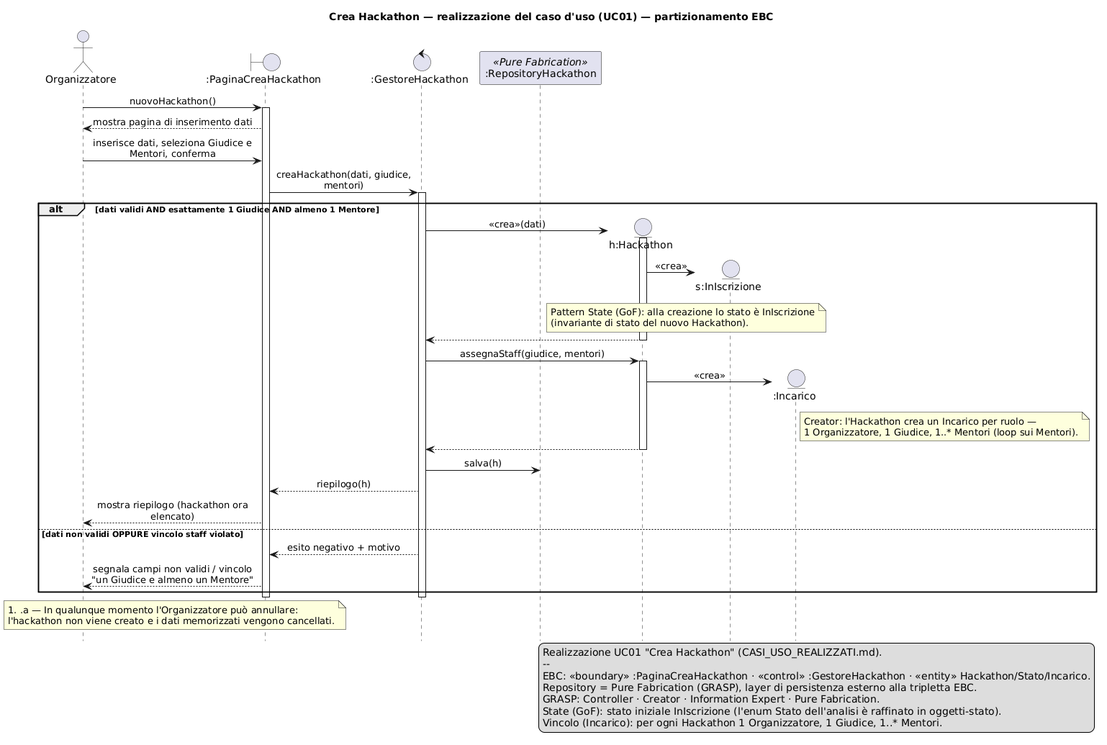
Earlier version of the PlantUML export iterazione1/diagrammiSequenza/creaHackathon/SEQ_CreaHackathon.png (rizzutomatteo/HackHub-Appoggio). Its diagram source:
```plantuml
@startuml SEQ_CreaHackathon
hide footbox
skinparam shadowing false
skinparam sequenceMessageAlign center
skinparam maxMessageSize 240

title Crea Hackathon — realizzazione del caso d'uso (UC01) — partizionamento EBC

actor "Organizzatore" as Org
boundary ":PaginaCreaHackathon" as B
control ":GestoreHackathon" as GH
participant ":RepositoryHackathon" as Repo <<Pure Fabrication>>

Org -> B : nuovoHackathon()
activate B
B --> Org : mostra pagina di inserimento dati
Org -> B : inserisce dati, seleziona Giudice e Mentori, conferma
B -> GH : creaHackathon(dati, giudice, mentori)
activate GH

alt dati validi AND esattamente 1 Giudice AND almeno 1 Mentore
    create entity "h:Hackathon" as H
    GH -> H : «crea»(dati)
    activate H
    create entity "s:InIscrizione" as S
    H -> S : «crea»
    note over H, S
      Pattern State (GoF): alla creazione lo stato è InIscrizione
      (invariante di stato del nuovo Hackathon).
    end note
    H --> GH
    deactivate H

    GH -> H : assegnaStaff(giudice, mentori)
    activate H
    create entity ":Incarico" as Inc
    H -> Inc : «crea»
    note right of Inc
      Creator: l'Hackathon crea un Incarico per ruolo —
      1 Organizzatore, 1 Giudice, 1..* Mentori (loop sui Mentori).
    end note
    H --> GH
    deactivate H

    GH -> Repo : salva(h)
    GH --> B : riepilogo(h)
    B --> Org : mostra riepilogo (hackathon ora elencato)
else dati non validi OPPURE vincolo staff violato
    GH --> B : esito negativo + motivo
    B --> Org : segnala campi non validi / vincolo "un Giudice e almeno un Mentore"
end
deactivate GH
deactivate B

note over Org, B
  #.a — In qualunque momento l'Organizzatore può annullare:
  l'hackathon non viene creato e i dati memorizzati vengono cancellati.
end note

legend right
  Realizzazione UC01 "Crea Hackathon" (CASI_USO_REALIZZATI.md).
  --
  EBC: «boundary» :PaginaCreaHackathon · «control» :GestoreHackathon · «entity» Hackathon/Stato/Incarico.
  Repository = Pure Fabrication (GRASP), layer di persistenza esterno alla tripletta EBC.
  GRASP: Controller · Creator · Information Expert · Pure Fabrication.
  State (GoF): stato iniziale InIscrizione (l'enum Stato dell'analisi è raffinato in oggetti-stato).
  Vincolo (Incarico): per ogni Hackathon 1 Organizzatore, 1 Giudice, 1..* Mentori.
endlegend
@enduml
```
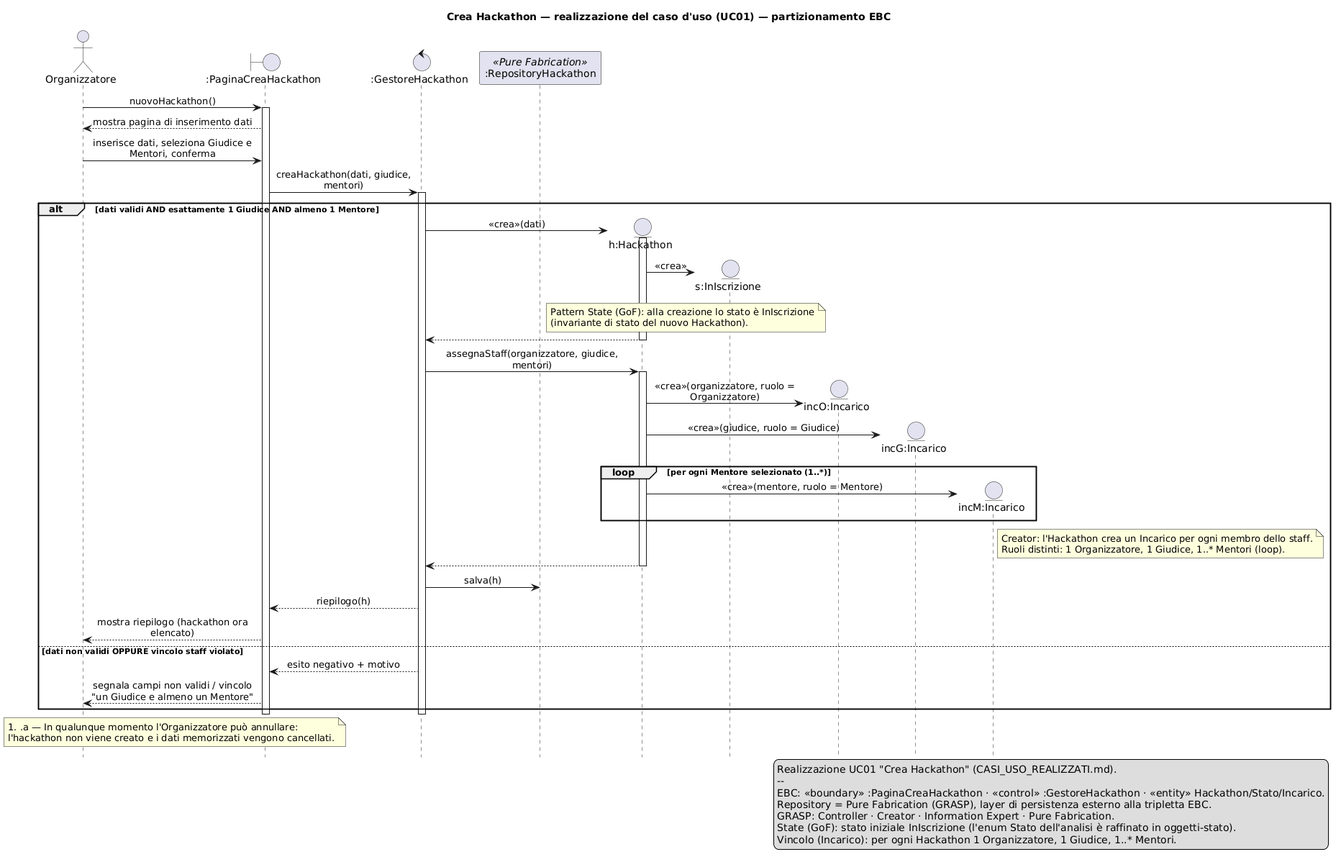
The same file after the commit.

Commit message:
Esplicita la creazione dei tre Incarichi in Crea Hackathon

L'Hackathon (Creator) crea un Incarico distinto per ogni ruolo:
1 Organizzatore, 1 Giudice e 1..* Mentori (loop), invece di un
singolo Incarico generico.

What changed in the source:
```diff
@@ -31,13 +31,19 @@
     H --> GH
     deactivate H
 
-    GH -> H : assegnaStaff(giudice, mentori)
+    GH -> H : assegnaStaff(organizzatore, giudice, mentori)
     activate H
-    create entity ":Incarico" as Inc
-    H -> Inc : «crea»
-    note right of Inc
-      Creator: l'Hackathon crea un Incarico per ruolo —
-      1 Organizzatore, 1 Giudice, 1..* Mentori (loop sui Mentori).
+    create entity "incO:Incarico" as IncO
+    H -> IncO : «crea»(organizzatore, ruolo = Organizzatore)
+    create entity "incG:Incarico" as IncG
+    H -> IncG : «crea»(giudice, ruolo = Giudice)
+    loop per ogni Mentore selezionato (1..*)
+        create entity "incM:Incarico" as IncM
+        H -> IncM : «crea»(mentore, ruolo = Mentore)
+    end
+    note right of IncM
+      Creator: l'Hackathon crea un Incarico per ogni membro dello staff.
+      Ruoli distinti: 1 Organizzatore, 1 Giudice, 1..* Mentori (loop).
     end note
     H --> GH
     deactivate H
```
